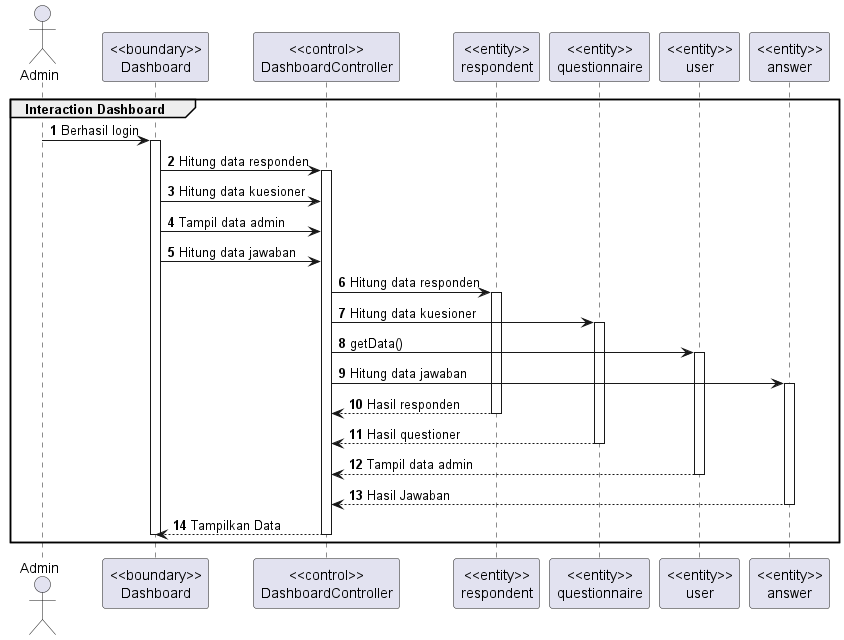
Before: out/documentation/SequenceDiagram/dashboardSequenceDiagram/Interaction Dashboard.png, a diagram exported from PlantUML (Churma16/indeks-kepuasan-masyarakat).
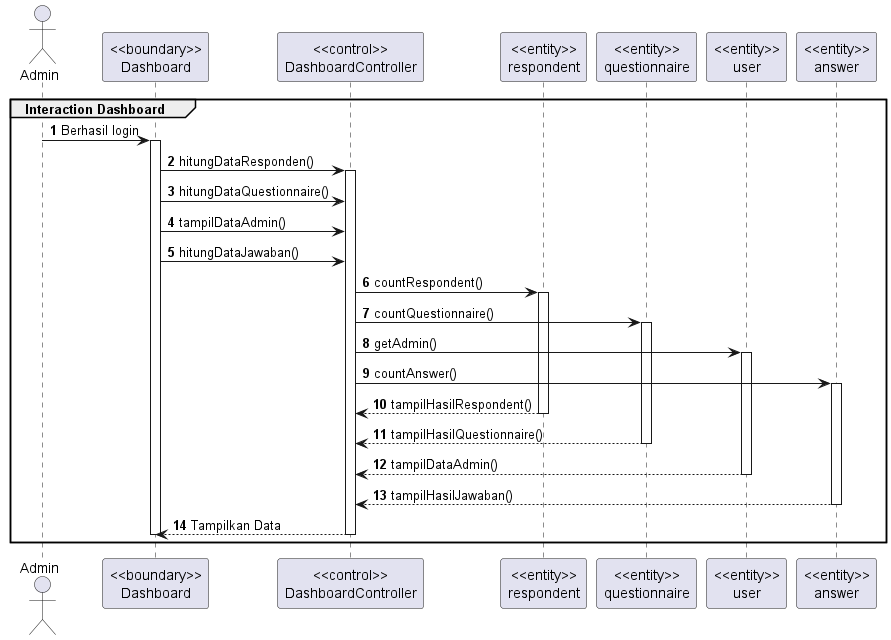
Above is the later version.

What changed in the source:
```diff
@@ -12,26 +12,26 @@
 
     Admin -> dashboard:Berhasil login
     activate dashboard
-            dashboard -> dashboard_cont:Hitung data responden
+            dashboard -> dashboard_cont:hitungDataResponden()
         activate dashboard_cont
-            dashboard -> dashboard_cont:Hitung data kuesioner
-            dashboard -> dashboard_cont:Tampil data admin
-            dashboard -> dashboard_cont:Hitung data jawaban
-        dashboard_cont -> respondent:Hitung data responden
+            dashboard -> dashboard_cont:hitungDataQuestionnaire()
+            dashboard -> dashboard_cont:tampilDataAdmin()
+            dashboard -> dashboard_cont:hitungDataJawaban()
+        dashboard_cont -> respondent:countRespondent()
         activate respondent
-            dashboard_cont -> questioner:Hitung data kuesioner
+            dashboard_cont -> questioner:countQuestionnaire()
             activate questioner
-                dashboard_cont -> admin:getData()
+                dashboard_cont -> admin:getAdmin()
                 activate admin
-                    dashboard_cont -> answer:Hitung data jawaban
+                    dashboard_cont -> answer:countAnswer()
                     activate answer
-                    respondent --> dashboard_cont:Hasil responden
+                    respondent --> dashboard_cont:tampilHasilRespondent()
         deactivate respondent
-                    questioner --> dashboard_cont:Hasil questioner
+                    questioner --> dashboard_cont:tampilHasilQuestionnaire()
             deactivate questioner
-                admin --> dashboard_cont:Tampil data admin
+                admin --> dashboard_cont:tampilDataAdmin()
                 deactivate admin
-                    answer --> dashboard_cont:Hasil Jawaban
+                    answer --> dashboard_cont:tampilHasilJawaban()
                     deactivate answer
         dashboard_cont --> dashboard:Tampilkan Data
         deactivate dashboard_cont
```
